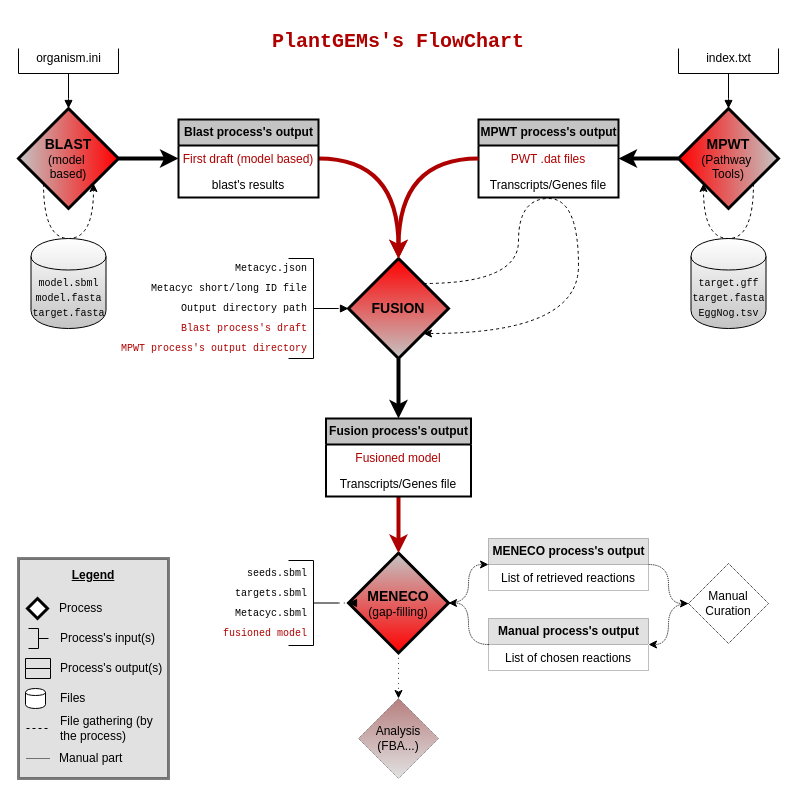
AsaLap/PlantGEMs keeps this draw.io diagram as Flowchart_PlantGEMs.drawio. Above is the earlier version. Source tidied: cells renumbered, new cells numbered last; positions are measured from the earlier drawing's top-left corner, leaving out a move shared by most shapes. Both pictures are drawn from the tidied source at 100%, with x=0, y=0 at pixel (18, 27).
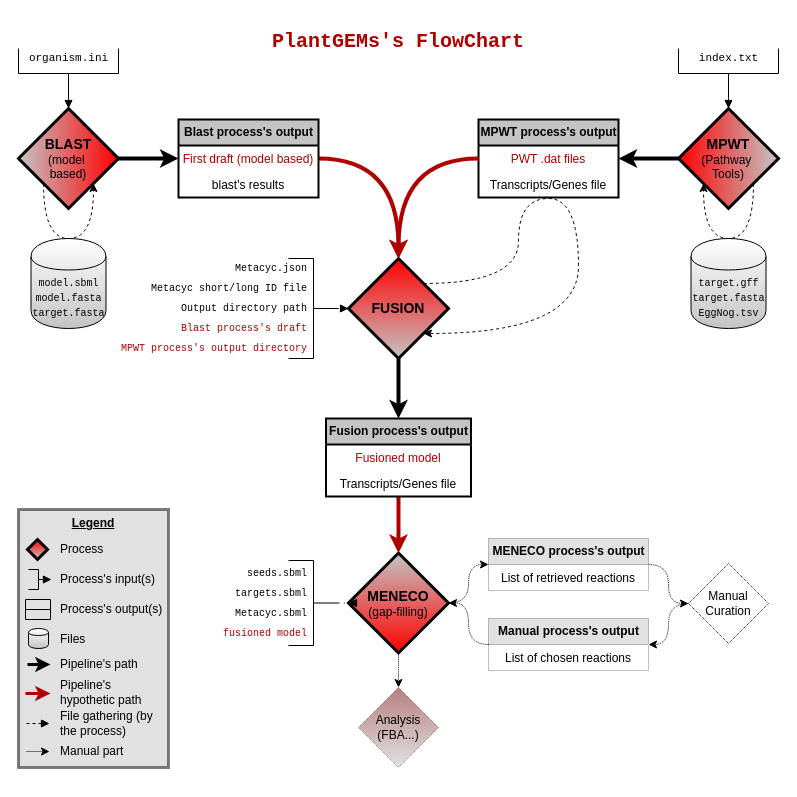
After the change.

Unchanged cells that the change refers to:
```xml
<mxCell id="12" value="&lt;b&gt;&lt;font style=&quot;font-size: 14px&quot;&gt;MENECO&lt;/font&gt;&lt;/b&gt;&lt;br&gt;(gap-filling)" style="rhombus;whiteSpace=wrap;html=1;rounded=0;strokeWidth=3;gradientDirection=north;gradientColor=#C4C4C4;fillColor=#FF0000;" parent="1" vertex="1">
  <mxGeometry x="330" y="525.5" width="100" height="100" as="geometry" />
</mxCell>
```

What changed in the source:
```diff
@@
-    <mxCell id="2" value="&lt;font color=&quot;#000000&quot;&gt;&lt;b&gt;&lt;u&gt;Legend&lt;br&gt;&lt;br&gt;&lt;/u&gt;&lt;/b&gt;&lt;br&gt;&lt;br&gt;&lt;br&gt;&lt;br&gt;&lt;br&gt;&lt;br&gt;&lt;br&gt;&lt;/font&gt;&lt;div style=&quot;text-align: left&quot;&gt;&lt;font color=&quot;#000000&quot;&gt;&lt;br&gt;&lt;/font&gt;&lt;/div&gt;&lt;div style=&quot;text-align: left&quot;&gt;&lt;font color=&quot;#000000&quot;&gt;&lt;br&gt;&lt;/font&gt;&lt;/div&gt;&lt;div style=&quot;text-align: left&quot;&gt;&lt;font color=&quot;#000000&quot;&gt;&lt;br&gt;&lt;/font&gt;&lt;/div&gt;&lt;div style=&quot;text-align: left&quot;&gt;&lt;font color=&quot;#000000&quot;&gt;&lt;br&gt;&lt;/font&gt;&lt;/div&gt;&lt;div style=&quot;text-align: left&quot;&gt;&lt;br&gt;&lt;/div&gt;" style="rounded=0;whiteSpace=wrap;html=1;labelBackgroundColor=none;strokeWidth=3;fontColor=#FFFFFF;align=center;shadow=0;opacity=50;gradientDirection=north;fillColor=#C4C4C4;" parent="1" vertex="1">
-      <mxGeometry y="531" width="150" height="220" as="geometry" />
+    <mxCell id="2" value="&lt;font color=&quot;#000000&quot;&gt;&lt;b&gt;&lt;u&gt;Legend&lt;br&gt;&lt;br&gt;&lt;/u&gt;&lt;/b&gt;&lt;br&gt;&lt;br&gt;&lt;br&gt;&lt;br&gt;&lt;br&gt;&lt;br&gt;&lt;br&gt;&lt;br&gt;&lt;br&gt;&lt;br&gt;&lt;/font&gt;&lt;div style=&quot;text-align: left&quot;&gt;&lt;font color=&quot;#000000&quot;&gt;&lt;br&gt;&lt;/font&gt;&lt;/div&gt;&lt;div style=&quot;text-align: left&quot;&gt;&lt;font color=&quot;#000000&quot;&gt;&lt;br&gt;&lt;/font&gt;&lt;/div&gt;&lt;div style=&quot;text-align: left&quot;&gt;&lt;font color=&quot;#000000&quot;&gt;&lt;br&gt;&lt;/font&gt;&lt;/div&gt;&lt;div style=&quot;text-align: left&quot;&gt;&lt;font color=&quot;#000000&quot;&gt;&lt;br&gt;&lt;/font&gt;&lt;/div&gt;&lt;div style=&quot;text-align: left&quot;&gt;&lt;br&gt;&lt;/div&gt;" style="rounded=0;whiteSpace=wrap;html=1;labelBackgroundColor=none;strokeWidth=3;fontColor=#FFFFFF;align=center;shadow=0;opacity=50;gradientDirection=north;fillColor=#C4C4C4;" parent="1" vertex="1">
+      <mxGeometry y="482" width="150" height="258" as="geometry" />
     </mxCell>
@@
-    <mxCell id="10" style="edgeStyle=orthogonalEdgeStyle;curved=1;jettySize=auto;html=1;exitX=0.5;exitY=1;exitDx=0;exitDy=0;startArrow=none;startFill=0;fontColor=#FFFFFF;dashed=1;dashPattern=1 4;entryX=0.5;entryY=0;entryDx=0;entryDy=0;" parent="1" edge="1" source="12" target="29">
+    <mxCell id="10" style="edgeStyle=orthogonalEdgeStyle;curved=1;jettySize=auto;html=1;exitX=0.5;exitY=1;exitDx=0;exitDy=0;startArrow=none;startFill=0;fontColor=#FFFFFF;dashed=1;dashPattern=1 1;entryX=0.5;entryY=0;entryDx=0;entryDy=0;" parent="1" edge="1" source="12" target="29">
       <mxGeometry relative="1" as="geometry" />
     </mxCell>
@@
     <mxCell id="29" value="Analysis&lt;br&gt;(FBA...)" style="rhombus;whiteSpace=wrap;html=1;align=center;dashed=1;dashPattern=1 1;fillColor=#C4C4C4;gradientColor=#6F0000;opacity=50;gradientDirection=north;" parent="1" vertex="1">
-      <mxGeometry x="340" y="671" width="80" height="80" as="geometry" />
+      <mxGeometry x="340" y="660" width="80" height="80" as="geometry" />
     </mxCell>
-    <mxCell id="30" value="organism.ini" style="text;html=1;align=center;verticalAlign=middle;" parent="1" vertex="1">
-      <mxGeometry x="10" y="21" width="80" height="20" as="geometry" />
+    <mxCell id="30" value="organism.ini" style="text;html=1;align=center;verticalAlign=middle;fontFamily=Courier New;fontSize=11;" parent="1" vertex="1">
+      <mxGeometry x="5" y="21" width="90" height="20" as="geometry" />
     </mxCell>
@@
-    <mxCell id="32" value="index.txt" style="text;html=1;align=center;verticalAlign=middle;" parent="1" vertex="1">
-      <mxGeometry x="680" y="21" width="60" height="20" as="geometry" />
+    <mxCell id="32" value="index.txt" style="text;html=1;align=center;verticalAlign=middle;fontFamily=Courier New;fontSize=11;" parent="1" vertex="1">
+      <mxGeometry x="675" y="21" width="70" height="20" as="geometry" />
     </mxCell>
@@
-    <mxCell id="37" value="Metacyc.json" style="text;html=1;align=right;verticalAlign=middle;fontFamily=Courier New;fontSize=10;" parent="1" vertex="1">
+    <mxCell id="37" value="Metacyc.json" style="text;html=1;align=right;verticalAlign=middle;fontFamily=Courier New;fontSize=10;fontStyle=0;" parent="1" vertex="1">
       <mxGeometry x="200" y="231" width="90" height="20" as="geometry" />
     </mxCell>
@@
+    <mxCell id="70" style="edgeStyle=orthogonalEdgeStyle;rounded=0;jettySize=auto;html=1;exitX=0;exitY=0.5;exitDx=0;exitDy=0;exitPerimeter=0;startArrow=none;startFill=0;endArrow=block;endFill=1;strokeColor=#000000;strokeWidth=1;fontFamily=Courier New;fontSize=10;fontColor=#000000;entryX=-0.064;entryY=0.5;entryDx=0;entryDy=0;entryPerimeter=0;" parent="1" edge="1" source="57" target="58">
+      <mxGeometry relative="1" as="geometry" />
+    </mxCell>
     <mxCell id="57" style="strokeWidth=1;html=1;shape=mxgraph.flowchart.annotation_2;align=left;labelPosition=right;direction=west;" parent="1" vertex="1">
-      <mxGeometry x="10" y="601" width="20" height="20" as="geometry" />
+      <mxGeometry x="10" y="542" width="20" height="20" as="geometry" />
     </mxCell>
     <mxCell id="58" value="Process's input(s)" style="text;html=1;align=left;verticalAlign=middle;points=[];" parent="1" vertex="1">
-      <mxGeometry x="40" y="601" width="110" height="20" as="geometry" />
+      <mxGeometry x="40" y="542" width="110" height="20" as="geometry" />
     </mxCell>
     <mxCell id="59" value="Process's output(s)" style="text;html=1;align=left;verticalAlign=middle;" parent="1" vertex="1">
-      <mxGeometry x="39.5" y="631" width="120" height="20" as="geometry" />
+      <mxGeometry x="39.5" y="572" width="120" height="20" as="geometry" />
     </mxCell>
-    <mxCell id="60" style="rhombus;whiteSpace=wrap;html=1;strokeWidth=3;" parent="1" vertex="1">
-      <mxGeometry x="9" y="571" width="20" height="20" as="geometry" />
+    <mxCell id="60" style="rhombus;whiteSpace=wrap;html=1;strokeWidth=3;fillColor=#FF0000;gradientColor=#C4C4C4;" parent="1" vertex="1">
+      <mxGeometry x="9" y="512" width="20" height="20" as="geometry" />
     </mxCell>
     <mxCell id="61" value="Process" style="text;html=1;align=left;verticalAlign=middle;" parent="1" vertex="1">
-      <mxGeometry x="39" y="571" width="60" height="20" as="geometry" />
+      <mxGeometry x="40" y="512" width="60" height="20" as="geometry" />
     </mxCell>
-    <mxCell id="62" style="shape=cylinder;whiteSpace=wrap;html=1;boundedLbl=1;backgroundOutline=1;labelBackgroundColor=none;fontColor=#000000;align=left;" parent="1" vertex="1">
-      <mxGeometry x="7" y="661" width="20" height="20" as="geometry" />
+    <mxCell id="62" style="shape=cylinder;whiteSpace=wrap;html=1;boundedLbl=1;backgroundOutline=1;labelBackgroundColor=none;fontColor=#000000;align=left;gradientColor=#ffffff;fillColor=#C4C4C4;gradientDirection=north;" parent="1" vertex="1">
+      <mxGeometry x="10" y="601" width="20" height="20" as="geometry" />
     </mxCell>
     <mxCell id="63" value="Files" style="text;html=1;align=left;verticalAlign=middle;" parent="1" vertex="1">
-      <mxGeometry x="40" y="661" width="40" height="20" as="geometry" />
+      <mxGeometry x="40" y="602" width="40" height="20" as="geometry" />
     </mxCell>
-    <mxCell id="64" style="endArrow=none;dashed=1;html=1;strokeWidth=1;fontColor=#FFFFFF;strokeColor=#000000;" parent="1" edge="1">
+    <mxCell id="64" style="endArrow=block;dashed=1;html=1;strokeWidth=1;fontColor=#FFFFFF;strokeColor=#000000;startArrow=none;startFill=0;endFill=1;" parent="1" edge="1">
       <mxGeometry relative="1" as="geometry">
-        <mxPoint x="8" y="701" as="sourcePoint" />
-        <mxPoint x="31" y="701" as="targetPoint" />
+        <mxPoint x="8" y="696" as="sourcePoint" />
+        <mxPoint x="31" y="696" as="targetPoint" />
       </mxGeometry>
     </mxCell>
     <mxCell id="65" value="File gathering (by &lt;br&gt;the process)" style="text;html=1;align=left;verticalAlign=middle;" parent="1" vertex="1">
-      <mxGeometry x="40" y="686" width="110" height="30" as="geometry" />
+      <mxGeometry x="40" y="681" width="110" height="30" as="geometry" />
     </mxCell>
-    <mxCell id="66" style="endArrow=none;dashed=1;html=1;strokeWidth=1;fontColor=#FFFFFF;strokeColor=#000000;dashPattern=1 1;" parent="1" edge="1">
-      <mxGeometry relative="1" as="geometry">
-        <mxPoint x="8" y="731" as="sourcePoint" />
-        <mxPoint x="31" y="731" as="targetPoint" />
-      </mxGeometry>
-    </mxCell>
     <mxCell id="67" value="Manual part" style="text;html=1;align=left;verticalAlign=middle;" parent="1" vertex="1">
-      <mxGeometry x="39" y="721" width="80" height="20" as="geometry" />
+      <mxGeometry x="40" y="714" width="80" height="20" as="geometry" />
     </mxCell>
+    <mxCell id="69" value="&lt;h1&gt;PlantGEMs's FlowChart&lt;/h1&gt;" style="text;html=1;strokeColor=none;fillColor=none;spacing=5;spacingTop=-20;whiteSpace=wrap;overflow=hidden;rounded=0;labelBackgroundColor=none;fontFamily=Courier New;fontSize=10;fontColor=#AF0000;opacity=50;align=center;" parent="1" vertex="1">
+      <mxGeometry x="140" width="480" height="30" as="geometry" />
+    </mxCell>
+    <mxCell id="71" style="endArrow=classic;html=1;strokeWidth=3;fontColor=#FFFFFF;strokeColor=#000000;startArrow=none;startFill=0;endFill=1;" parent="1" edge="1">
+      <mxGeometry relative="1" as="geometry">
+        <mxPoint x="9" y="637" as="sourcePoint" />
+        <mxPoint x="32" y="637" as="targetPoint" />
+      </mxGeometry>
+    </mxCell>
+    <mxCell id="72" value="Pipeline's path" style="text;html=1;align=left;verticalAlign=middle;" parent="1" vertex="1">
+      <mxGeometry x="40" y="627" width="90" height="20" as="geometry" />
+    </mxCell>
+    <mxCell id="73" value="Pipeline's&lt;br&gt;hypothetic path" style="text;html=1;align=left;verticalAlign=middle;" parent="1" vertex="1">
+      <mxGeometry x="40" y="650" width="100" height="30" as="geometry" />
+    </mxCell>
+    <mxCell id="74" style="endArrow=classic;html=1;strokeWidth=3;fontColor=#FFFFFF;endFill=1;strokeColor=#AF0000;" parent="1" edge="1">
+      <mxGeometry relative="1" as="geometry">
+        <mxPoint x="7" y="666" as="sourcePoint" />
+        <mxPoint x="32" y="666" as="targetPoint" />
+        <Array as="points">
+          <mxPoint x="22" y="666" />
+        </Array>
+      </mxGeometry>
+    </mxCell>
+    <mxCell id="75" style="endArrow=classic;dashed=1;html=1;strokeWidth=1;fontColor=#FFFFFF;strokeColor=#000000;startArrow=none;startFill=0;endFill=1;dashPattern=1 1;" parent="1" edge="1">
+      <mxGeometry relative="1" as="geometry">
+        <mxPoint x="8" y="724" as="sourcePoint" />
+        <mxPoint x="31" y="724" as="targetPoint" />
+      </mxGeometry>
+    </mxCell>
     <mxCell id="68" style="swimlane;fontStyle=0;horizontal=1;startSize=10;fillColor=none;labelBackgroundColor=none;fontColor=#6F0000;align=left;html=1;" parent="1" vertex="1">
-      <mxGeometry x="7" y="631" width="25" height="20" as="geometry" />
+      <mxGeometry x="7" y="572" width="25" height="20" as="geometry" />
     </mxCell>
-    <mxCell id="69" value="&lt;h1&gt;PlantGEMs's FlowChart&lt;/h1&gt;" style="text;html=1;strokeColor=none;fillColor=none;spacing=5;spacingTop=-20;whiteSpace=wrap;overflow=hidden;rounded=0;labelBackgroundColor=none;fontFamily=Courier New;fontSize=10;fontColor=#AF0000;opacity=50;align=center;" parent="1" vertex="1">
-      <mxGeometry x="140" width="480" height="30" as="geometry" />
-    </mxCell>
```
